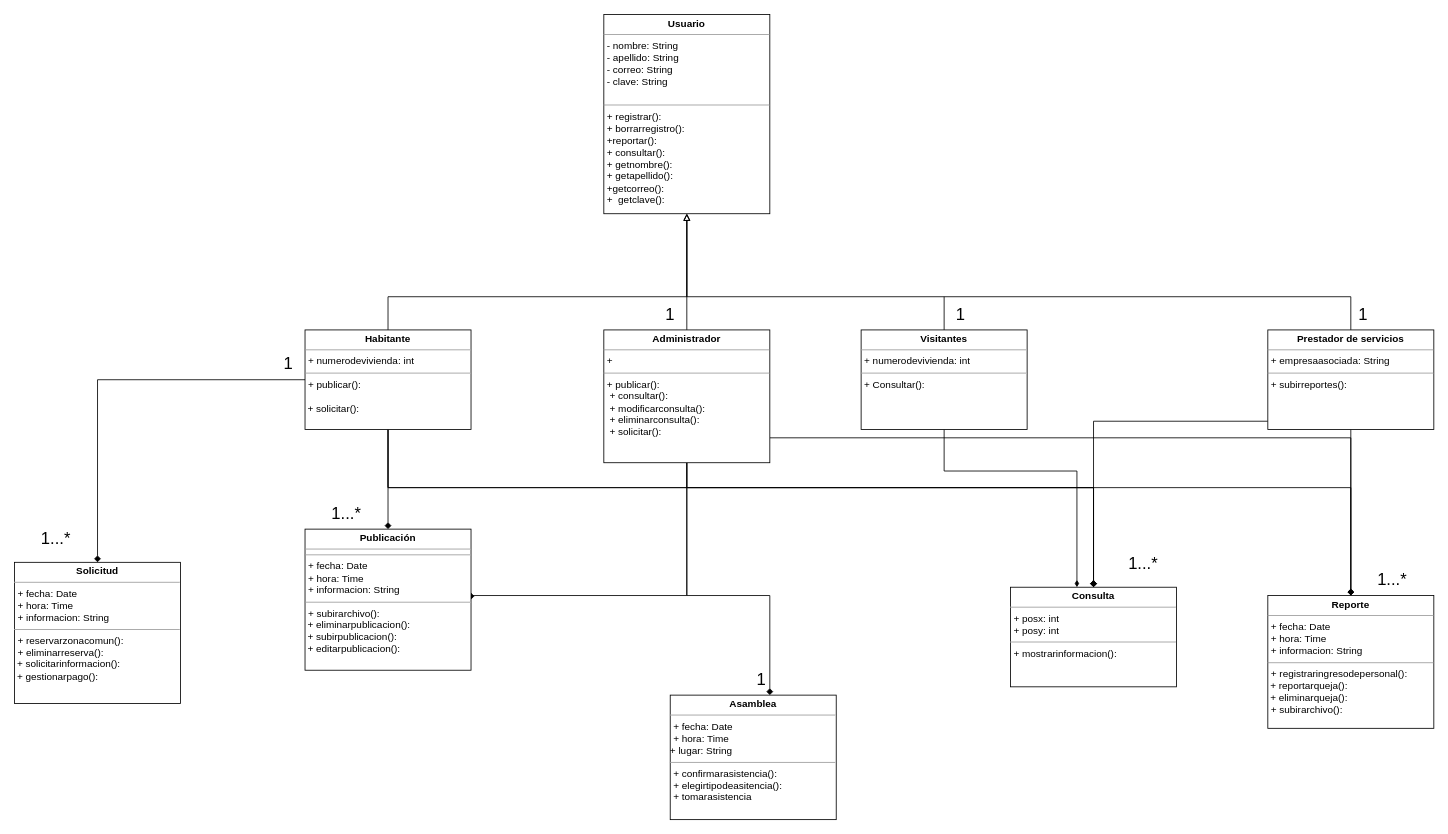
Before: Diagrama de clases.drawio in mnivia/Administracion-unidades-cerradas, a draw.io diagram. Source tidied: cells renumbered, new cells numbered last; positions are measured from the earlier drawing's top-left corner, leaving out a move shared by most shapes. Both pictures are drawn from the tidied source at 83%, with x=0, y=0 at pixel (14, 14).
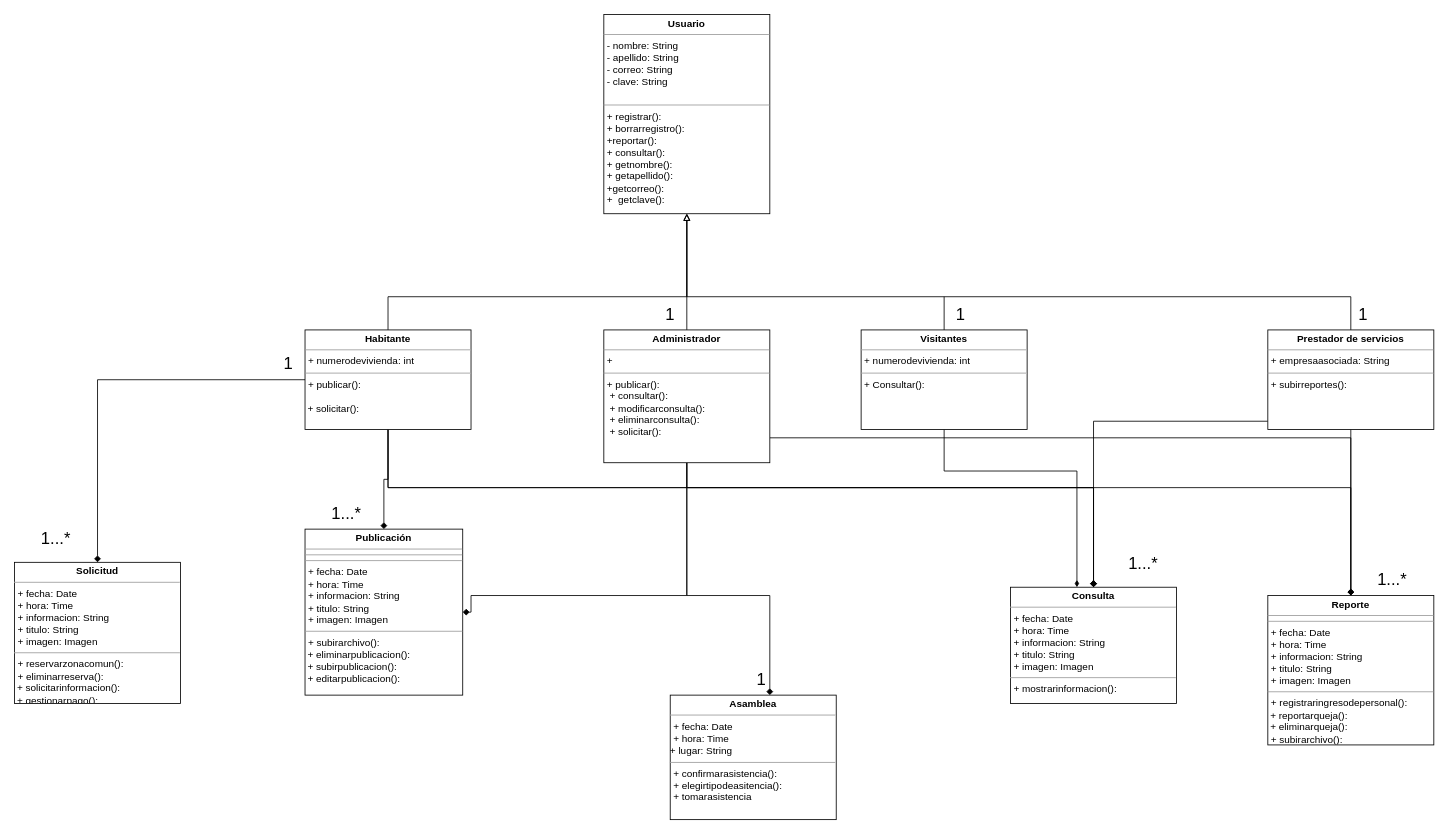
Above is the later version.

What changed in the source:
```diff
@@
-    <mxCell id="20" value="&lt;p style=&quot;margin: 0px ; margin-top: 4px ; text-align: center&quot;&gt;&lt;b&gt;Publicación&lt;/b&gt;&lt;br&gt;&lt;/p&gt;&lt;hr size=&quot;1&quot;&gt;&lt;hr size=&quot;1&quot;&gt;&lt;p style=&quot;margin: 0px 0px 0px 4px&quot;&gt;+ fecha: Date&lt;/p&gt;&lt;p style=&quot;margin: 0px 0px 0px 4px&quot;&gt;+ hora: Time&amp;nbsp;&amp;nbsp;&lt;/p&gt;&lt;p style=&quot;margin: 0px ; margin-left: 4px&quot;&gt;+ informacion: String&lt;br&gt;&lt;/p&gt;&lt;hr size=&quot;1&quot;&gt;&lt;p style=&quot;margin: 0px ; margin-left: 4px&quot;&gt;+ subirarchivo():&lt;/p&gt;&amp;nbsp;+ eliminarpublicacion():&lt;br&gt;&amp;nbsp;+ subirpublicacion():&lt;br&gt;&amp;nbsp;+ editarpublicacion():&lt;br&gt;&lt;p style=&quot;margin: 0px ; margin-left: 4px&quot;&gt;&amp;nbsp;&lt;/p&gt;" style="verticalAlign=top;align=left;overflow=fill;fontSize=12;fontFamily=Helvetica;html=1;" parent="1" vertex="1">
-      <mxGeometry x="350" y="620" width="200" height="170" as="geometry" />
+    <mxCell id="20" value="&lt;p style=&quot;margin: 0px ; margin-top: 4px ; text-align: center&quot;&gt;&lt;b&gt;Publicación&lt;/b&gt;&lt;br&gt;&lt;/p&gt;&lt;hr size=&quot;1&quot;&gt;&lt;hr size=&quot;1&quot;&gt;&lt;hr size=&quot;1&quot;&gt;&lt;p style=&quot;margin: 0px 0px 0px 4px&quot;&gt;+ fecha: Date&lt;/p&gt;&lt;p style=&quot;margin: 0px 0px 0px 4px&quot;&gt;+ hora: Time&amp;nbsp;&amp;nbsp;&lt;/p&gt;&lt;p style=&quot;margin: 0px 0px 0px 4px&quot;&gt;+ informacion: String&lt;/p&gt;&lt;p style=&quot;margin: 0px 0px 0px 4px&quot;&gt;+ titulo: String&lt;/p&gt;&lt;p style=&quot;margin: 0px 0px 0px 4px&quot;&gt;+ imagen: Imagen&lt;/p&gt;&lt;hr size=&quot;1&quot;&gt;&lt;p style=&quot;margin: 0px ; margin-left: 4px&quot;&gt;+ subirarchivo():&lt;/p&gt;&amp;nbsp;+ eliminarpublicacion():&lt;br&gt;&amp;nbsp;+ subirpublicacion():&lt;br&gt;&amp;nbsp;+ editarpublicacion():&lt;br&gt;&lt;p style=&quot;margin: 0px ; margin-left: 4px&quot;&gt;&amp;nbsp;&lt;/p&gt;" style="verticalAlign=top;align=left;overflow=fill;fontSize=12;fontFamily=Helvetica;html=1;" parent="1" vertex="1">
+      <mxGeometry x="350" y="620" width="190" height="200" as="geometry" />
     </mxCell>
-    <mxCell id="21" value="&lt;p style=&quot;margin: 0px ; margin-top: 4px ; text-align: center&quot;&gt;&lt;b&gt;Solicitud&lt;/b&gt;&lt;/p&gt;&lt;hr size=&quot;1&quot;&gt;&lt;p style=&quot;margin: 0px 0px 0px 4px&quot;&gt;+ fecha: Date&lt;/p&gt;&lt;p style=&quot;margin: 0px 0px 0px 4px&quot;&gt;+ hora: Time&amp;nbsp;&amp;nbsp;&lt;/p&gt;&lt;p style=&quot;margin: 0px 0px 0px 4px&quot;&gt;+ informacion: String&lt;/p&gt;&lt;hr size=&quot;1&quot;&gt;&lt;p style=&quot;margin: 0px ; margin-left: 4px&quot;&gt;+ reservarzonacomun():&lt;/p&gt;&lt;p style=&quot;margin: 0px ; margin-left: 4px&quot;&gt;&lt;span&gt;+ eliminarreserva():&lt;/span&gt;&lt;/p&gt;&amp;nbsp;+ solicitarinformacion():&lt;br&gt;&amp;nbsp;+ gestionarpago():&amp;nbsp;" style="verticalAlign=top;align=left;overflow=fill;fontSize=12;fontFamily=Helvetica;html=1;" parent="1" vertex="1">
+    <mxCell id="21" value="&lt;p style=&quot;margin: 0px ; margin-top: 4px ; text-align: center&quot;&gt;&lt;b&gt;Solicitud&lt;/b&gt;&lt;/p&gt;&lt;hr size=&quot;1&quot;&gt;&lt;p style=&quot;margin: 0px 0px 0px 4px&quot;&gt;+ fecha: Date&lt;/p&gt;&lt;p style=&quot;margin: 0px 0px 0px 4px&quot;&gt;+ hora: Time&amp;nbsp;&amp;nbsp;&lt;/p&gt;&lt;p style=&quot;margin: 0px 0px 0px 4px&quot;&gt;+ informacion: String&lt;/p&gt;&lt;p style=&quot;margin: 0px 0px 0px 4px&quot;&gt;+ titulo: String&lt;/p&gt;&lt;p style=&quot;margin: 0px 0px 0px 4px&quot;&gt;+ imagen: Imagen&lt;/p&gt;&lt;hr size=&quot;1&quot;&gt;&lt;p style=&quot;margin: 0px ; margin-left: 4px&quot;&gt;+ reservarzonacomun():&lt;/p&gt;&lt;p style=&quot;margin: 0px ; margin-left: 4px&quot;&gt;&lt;span&gt;+ eliminarreserva():&lt;/span&gt;&lt;/p&gt;&amp;nbsp;+ solicitarinformacion():&lt;br&gt;&amp;nbsp;+ gestionarpago():&amp;nbsp;" style="verticalAlign=top;align=left;overflow=fill;fontSize=12;fontFamily=Helvetica;html=1;" parent="1" vertex="1">
       <mxGeometry y="660" width="200" height="170" as="geometry" />
     </mxCell>
-    <mxCell id="22" value="&lt;p style=&quot;margin: 0px ; margin-top: 4px ; text-align: center&quot;&gt;&lt;b&gt;Consulta&lt;/b&gt;&lt;/p&gt;&lt;hr size=&quot;1&quot;&gt;&lt;p style=&quot;margin: 0px ; margin-left: 4px&quot;&gt;+ posx: int&lt;/p&gt;&lt;p style=&quot;margin: 0px ; margin-left: 4px&quot;&gt;+ posy: int&lt;/p&gt;&lt;hr size=&quot;1&quot;&gt;&lt;p style=&quot;margin: 0px ; margin-left: 4px&quot;&gt;+ mostrarinformacion():&amp;nbsp;&lt;/p&gt;" style="verticalAlign=top;align=left;overflow=fill;fontSize=12;fontFamily=Helvetica;html=1;" parent="1" vertex="1">
-      <mxGeometry x="1200" y="690" width="200" height="120" as="geometry" />
+    <mxCell id="22" value="&lt;p style=&quot;margin: 0px ; margin-top: 4px ; text-align: center&quot;&gt;&lt;b&gt;Consulta&lt;br&gt;&lt;/b&gt;&lt;/p&gt;&lt;hr size=&quot;1&quot;&gt;&lt;p style=&quot;margin: 0px 0px 0px 4px&quot;&gt;+ fecha: Date&lt;/p&gt;&lt;p style=&quot;margin: 0px 0px 0px 4px&quot;&gt;+ hora: Time&amp;nbsp;&amp;nbsp;&lt;/p&gt;&lt;p style=&quot;margin: 0px 0px 0px 4px&quot;&gt;+ informacion: String&lt;/p&gt;&lt;p style=&quot;margin: 0px 0px 0px 4px&quot;&gt;+ titulo: String&lt;/p&gt;&lt;p style=&quot;margin: 0px 0px 0px 4px&quot;&gt;+ imagen: Imagen&lt;/p&gt;&lt;hr size=&quot;1&quot;&gt;&lt;p style=&quot;margin: 0px ; margin-left: 4px&quot;&gt;+ mostrarinformacion():&amp;nbsp;&lt;/p&gt;" style="verticalAlign=top;align=left;overflow=fill;fontSize=12;fontFamily=Helvetica;html=1;" parent="1" vertex="1">
+      <mxGeometry x="1200" y="690" width="200" height="140" as="geometry" />
     </mxCell>
-    <mxCell id="23" value="&lt;p style=&quot;margin: 0px ; margin-top: 4px ; text-align: center&quot;&gt;&lt;b&gt;Reporte&lt;/b&gt;&lt;/p&gt;&lt;hr size=&quot;1&quot;&gt;&lt;p style=&quot;margin: 0px 0px 0px 4px&quot;&gt;+ fecha: Date&lt;/p&gt;&lt;p style=&quot;margin: 0px 0px 0px 4px&quot;&gt;+ hora: Time&amp;nbsp;&amp;nbsp;&lt;/p&gt;&lt;p style=&quot;margin: 0px 0px 0px 4px&quot;&gt;+ informacion: String&lt;/p&gt;&lt;hr size=&quot;1&quot;&gt;&lt;p style=&quot;margin: 0px ; margin-left: 4px&quot;&gt;+ registraringresodepersonal():&lt;/p&gt;&amp;nbsp;+ reportarqueja():&lt;br&gt;&amp;nbsp;+ eliminarqueja():&lt;br&gt;&lt;p style=&quot;margin: 0px ; margin-left: 4px&quot;&gt;&lt;span&gt;+ subirarchivo():&lt;/span&gt;&lt;/p&gt;" style="verticalAlign=top;align=left;overflow=fill;fontSize=12;fontFamily=Helvetica;html=1;" parent="1" vertex="1">
-      <mxGeometry x="1510" y="700" width="200" height="160" as="geometry" />
+    <mxCell id="23" value="&lt;p style=&quot;margin: 0px ; margin-top: 4px ; text-align: center&quot;&gt;&lt;b&gt;Reporte&lt;/b&gt;&lt;/p&gt;&lt;hr size=&quot;1&quot;&gt;&lt;hr size=&quot;1&quot;&gt;&lt;p style=&quot;margin: 0px 0px 0px 4px&quot;&gt;+ fecha: Date&lt;/p&gt;&lt;p style=&quot;margin: 0px 0px 0px 4px&quot;&gt;+ hora: Time&amp;nbsp;&amp;nbsp;&lt;/p&gt;&lt;p style=&quot;margin: 0px 0px 0px 4px&quot;&gt;+ informacion: String&lt;/p&gt;&lt;p style=&quot;margin: 0px 0px 0px 4px&quot;&gt;+ titulo: String&lt;/p&gt;&lt;p style=&quot;margin: 0px 0px 0px 4px&quot;&gt;+ imagen: Imagen&lt;/p&gt;&lt;hr size=&quot;1&quot;&gt;&lt;p style=&quot;margin: 0px ; margin-left: 4px&quot;&gt;+ registraringresodepersonal():&lt;/p&gt;&amp;nbsp;+ reportarqueja():&lt;br&gt;&amp;nbsp;+ eliminarqueja():&lt;br&gt;&lt;p style=&quot;margin: 0px ; margin-left: 4px&quot;&gt;&lt;span&gt;+ subirarchivo():&lt;/span&gt;&lt;/p&gt;" style="verticalAlign=top;align=left;overflow=fill;fontSize=12;fontFamily=Helvetica;html=1;" parent="1" vertex="1">
+      <mxGeometry x="1510" y="700" width="200" height="180" as="geometry" />
     </mxCell>
```
